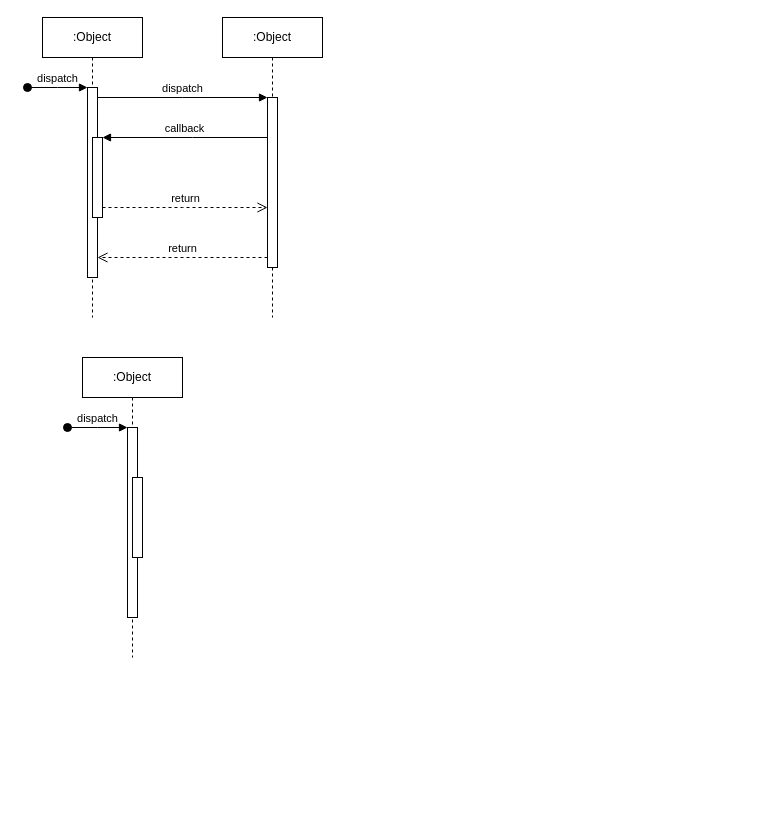
Before: gpms.drawio in GreatArchimage/draw-io-diagrams, a draw.io diagram. Source tidied: cells renumbered, new cells numbered last; positions are measured from the earlier drawing's top-left corner, leaving out a move shared by most shapes. Both pictures are drawn from the tidied source at 100%, with x=0, y=0 at pixel (27, 17).
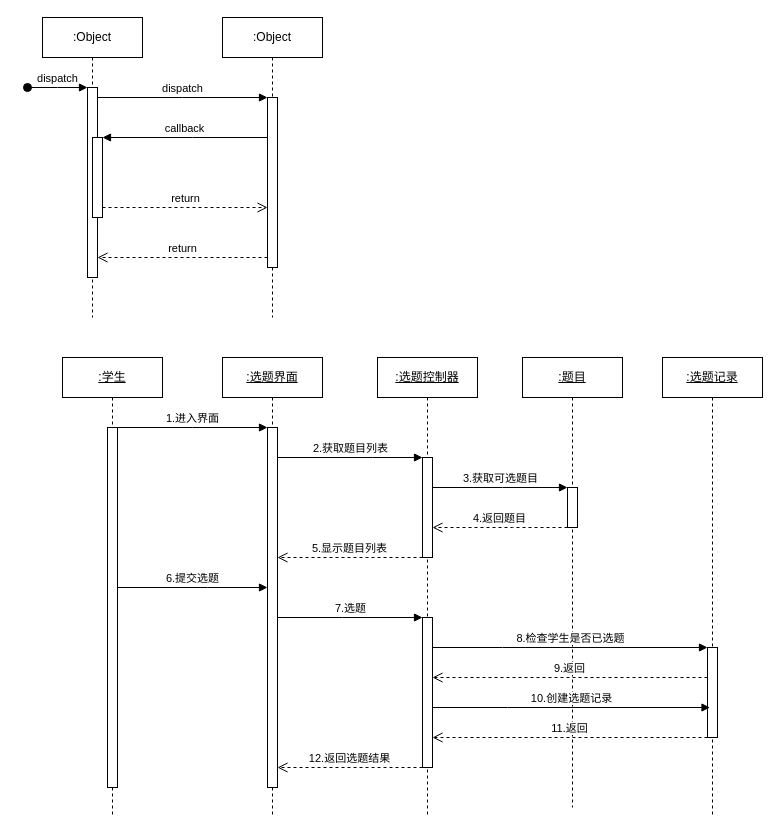
After the change.

The edit, as a diff of the source:
```diff
@@
-    <mxCell id="12" value=":Object" style="shape=umlLifeline;perimeter=lifelinePerimeter;whiteSpace=wrap;html=1;newEdgeStyle={&quot;edgeStyle&quot;:&quot;elbowEdgeStyle&quot;,&quot;elbow&quot;:&quot;vertical&quot;,&quot;curved&quot;:0,&quot;rounded&quot;:0};" parent="1" vertex="1">
-      <mxGeometry x="55" y="340" width="100" height="300" as="geometry" />
+    <mxCell id="12" value="&lt;u&gt;:学生&lt;/u&gt;" style="shape=umlLifeline;perimeter=lifelinePerimeter;whiteSpace=wrap;html=1;newEdgeStyle={&quot;edgeStyle&quot;:&quot;elbowEdgeStyle&quot;,&quot;elbow&quot;:&quot;vertical&quot;,&quot;curved&quot;:0,&quot;rounded&quot;:0};" parent="1" vertex="1">
+      <mxGeometry x="35" y="340" width="100" height="460" as="geometry" />
     </mxCell>
     <mxCell id="13" style="html=1;points=[];perimeter=orthogonalPerimeter;outlineConnect=0;targetShapes=umlLifeline;portConstraint=eastwest;newEdgeStyle={&quot;edgeStyle&quot;:&quot;elbowEdgeStyle&quot;,&quot;elbow&quot;:&quot;vertical&quot;,&quot;curved&quot;:0,&quot;rounded&quot;:0};" parent="12" vertex="1">
-      <mxGeometry x="45" y="70" width="10" height="190" as="geometry" />
+      <mxGeometry x="45" y="70" width="10" height="360" as="geometry" />
     </mxCell>
-    <mxCell id="14" value="dispatch" style="html=1;verticalAlign=bottom;startArrow=oval;endArrow=block;startSize=8;edgeStyle=elbowEdgeStyle;elbow=vertical;curved=0;rounded=0;" parent="12" edge="1" target="13">
-      <mxGeometry relative="1" as="geometry">
-        <mxPoint x="-15" y="70" as="sourcePoint" />
-      </mxGeometry>
-    </mxCell>
-    <mxCell id="15" style="html=1;perimeter=orthogonalPerimeter;targetShapes=umlLifeline;newEdgeStyle={&quot;edgeStyle&quot;:&quot;elbowEdgeStyle&quot;,&quot;elbow&quot;:&quot;vertical&quot;,&quot;curved&quot;:0,&quot;rounded&quot;:0};" parent="12" vertex="1">
-      <mxGeometry x="50" y="120" width="10" height="80" as="geometry" />
-    </mxCell>
+    <mxCell id="16" value="&lt;u&gt;:选题界面&lt;/u&gt;" style="shape=umlLifeline;perimeter=lifelinePerimeter;whiteSpace=wrap;html=1;newEdgeStyle={&quot;edgeStyle&quot;:&quot;elbowEdgeStyle&quot;,&quot;elbow&quot;:&quot;vertical&quot;,&quot;curved&quot;:0,&quot;rounded&quot;:0};" parent="1" vertex="1">
+      <mxGeometry x="195" y="340" width="100" height="460" as="geometry" />
+    </mxCell>
+    <mxCell id="17" style="html=1;points=[];perimeter=orthogonalPerimeter;outlineConnect=0;targetShapes=umlLifeline;portConstraint=eastwest;newEdgeStyle={&quot;edgeStyle&quot;:&quot;elbowEdgeStyle&quot;,&quot;elbow&quot;:&quot;vertical&quot;,&quot;curved&quot;:0,&quot;rounded&quot;:0};" parent="16" vertex="1">
+      <mxGeometry x="45" y="70" width="10" height="360" as="geometry" />
+    </mxCell>
+    <mxCell id="18" value="&lt;u&gt;:选题控制器&lt;/u&gt;" style="shape=umlLifeline;perimeter=lifelinePerimeter;whiteSpace=wrap;html=1;newEdgeStyle={&quot;edgeStyle&quot;:&quot;elbowEdgeStyle&quot;,&quot;elbow&quot;:&quot;vertical&quot;,&quot;curved&quot;:0,&quot;rounded&quot;:0};" parent="1" vertex="1">
+      <mxGeometry x="350" y="340" width="100" height="460" as="geometry" />
+    </mxCell>
+    <mxCell id="19" style="html=1;points=[];perimeter=orthogonalPerimeter;outlineConnect=0;targetShapes=umlLifeline;portConstraint=eastwest;newEdgeStyle={&quot;edgeStyle&quot;:&quot;elbowEdgeStyle&quot;,&quot;elbow&quot;:&quot;vertical&quot;,&quot;curved&quot;:0,&quot;rounded&quot;:0};" parent="18" vertex="1">
+      <mxGeometry x="45" y="100" width="10" height="100" as="geometry" />
+    </mxCell>
+    <mxCell id="20" style="html=1;points=[[0,0,0,0,5],[0,1,0,0,-5],[1,0,0,0,5],[1,1,0,0,-5]];perimeter=orthogonalPerimeter;outlineConnect=0;targetShapes=umlLifeline;portConstraint=eastwest;newEdgeStyle={&quot;curved&quot;:0,&quot;rounded&quot;:0};" parent="18" vertex="1">
+      <mxGeometry x="45" y="260" width="10" height="150" as="geometry" />
+    </mxCell>
+    <mxCell id="21" value="&lt;u&gt;:题目&lt;/u&gt;" style="shape=umlLifeline;perimeter=lifelinePerimeter;whiteSpace=wrap;html=1;newEdgeStyle={&quot;edgeStyle&quot;:&quot;elbowEdgeStyle&quot;,&quot;elbow&quot;:&quot;vertical&quot;,&quot;curved&quot;:0,&quot;rounded&quot;:0};" parent="1" vertex="1">
+      <mxGeometry x="495" y="340" width="100" height="450" as="geometry" />
+    </mxCell>
+    <mxCell id="22" style="html=1;points=[];perimeter=orthogonalPerimeter;outlineConnect=0;targetShapes=umlLifeline;portConstraint=eastwest;newEdgeStyle={&quot;edgeStyle&quot;:&quot;elbowEdgeStyle&quot;,&quot;elbow&quot;:&quot;vertical&quot;,&quot;curved&quot;:0,&quot;rounded&quot;:0};" parent="21" vertex="1">
+      <mxGeometry x="45" y="130" width="10" height="40" as="geometry" />
+    </mxCell>
+    <mxCell id="23" value="1.进入界面" style="html=1;verticalAlign=bottom;endArrow=block;edgeStyle=elbowEdgeStyle;elbow=horizontal;curved=0;rounded=0;" parent="1" edge="1" source="13" target="17">
+      <mxGeometry relative="1" as="geometry">
+        <Array as="points">
+          <mxPoint x="165" y="410" />
+        </Array>
+      </mxGeometry>
+    </mxCell>
+    <mxCell id="24" value="2.获取题目列表" style="html=1;verticalAlign=bottom;endArrow=block;edgeStyle=elbowEdgeStyle;elbow=vertical;curved=0;rounded=0;" parent="1" edge="1" source="17" target="19">
+      <mxGeometry x="0.01" relative="1" as="geometry">
+        <Array as="points">
+          <mxPoint x="345" y="440" />
+        </Array>
+      </mxGeometry>
+    </mxCell>
+    <mxCell id="25" value="5.显示题目列表" style="html=1;verticalAlign=bottom;endArrow=open;dashed=1;endSize=8;edgeStyle=elbowEdgeStyle;elbow=vertical;curved=0;rounded=0;" parent="1" edge="1" source="19" target="17">
+      <mxGeometry relative="1" as="geometry">
+        <Array as="points">
+          <mxPoint x="335" y="540" />
+        </Array>
+      </mxGeometry>
+    </mxCell>
+    <mxCell id="26" value="6.提交选题" style="html=1;verticalAlign=bottom;endArrow=block;edgeStyle=elbowEdgeStyle;elbow=horizontal;curved=0;rounded=0;" parent="1" edge="1" source="13" target="17">
+      <mxGeometry relative="1" as="geometry">
+        <Array as="points">
+          <mxPoint x="180" y="570" />
+        </Array>
+      </mxGeometry>
+    </mxCell>
+    <mxCell id="27" value="&lt;u&gt;:选题记录&lt;/u&gt;" style="shape=umlLifeline;perimeter=lifelinePerimeter;whiteSpace=wrap;html=1;newEdgeStyle={&quot;edgeStyle&quot;:&quot;elbowEdgeStyle&quot;,&quot;elbow&quot;:&quot;vertical&quot;,&quot;curved&quot;:0,&quot;rounded&quot;:0};" parent="1" vertex="1">
+      <mxGeometry x="635" y="340" width="100" height="460" as="geometry" />
+    </mxCell>
+    <mxCell id="28" style="html=1;points=[];perimeter=orthogonalPerimeter;outlineConnect=0;targetShapes=umlLifeline;portConstraint=eastwest;newEdgeStyle={&quot;edgeStyle&quot;:&quot;elbowEdgeStyle&quot;,&quot;elbow&quot;:&quot;vertical&quot;,&quot;curved&quot;:0,&quot;rounded&quot;:0};" parent="27" vertex="1">
+      <mxGeometry x="45" y="290" width="10" height="90" as="geometry" />
+    </mxCell>
+    <mxCell id="29" value="3.获取可选题目" style="html=1;verticalAlign=bottom;endArrow=block;edgeStyle=elbowEdgeStyle;elbow=vertical;curved=0;rounded=0;" parent="1" edge="1" source="19" target="22">
+      <mxGeometry x="0.01" relative="1" as="geometry">
+        <Array as="points">
+          <mxPoint x="475" y="470" />
+        </Array>
+      </mxGeometry>
+    </mxCell>
+    <mxCell id="30" value="4.返回题目" style="html=1;verticalAlign=bottom;endArrow=open;dashed=1;endSize=8;edgeStyle=elbowEdgeStyle;elbow=vertical;curved=0;rounded=0;" parent="1" edge="1" source="22" target="19">
+      <mxGeometry relative="1" as="geometry">
+        <Array as="points">
+          <mxPoint x="485" y="510" />
+        </Array>
+      </mxGeometry>
+    </mxCell>
+    <mxCell id="31" value="7.选题" style="html=1;verticalAlign=bottom;endArrow=block;edgeStyle=elbowEdgeStyle;elbow=horizontal;curved=0;rounded=0;" parent="1" edge="1" source="17" target="20">
+      <mxGeometry relative="1" as="geometry">
+        <Array as="points">
+          <mxPoint x="315" y="600" />
+        </Array>
+      </mxGeometry>
+    </mxCell>
+    <mxCell id="32" value="8.检查学生是否已选题" style="html=1;verticalAlign=bottom;endArrow=block;edgeStyle=elbowEdgeStyle;elbow=horizontal;curved=0;rounded=0;" parent="1" edge="1" source="20" target="28">
+      <mxGeometry relative="1" as="geometry">
+        <Array as="points">
+          <mxPoint x="475" y="630" />
+        </Array>
+      </mxGeometry>
+    </mxCell>
+    <mxCell id="33" value="9.返回" style="html=1;verticalAlign=bottom;endArrow=open;dashed=1;endSize=8;edgeStyle=elbowEdgeStyle;elbow=vertical;curved=0;rounded=0;" parent="1" edge="1" source="28" target="20">
+      <mxGeometry relative="1" as="geometry">
+        <Array as="points">
+          <mxPoint x="557.5" y="660" />
+        </Array>
+      </mxGeometry>
+    </mxCell>
+    <mxCell id="34" value="10.创建选题记录" style="html=1;verticalAlign=bottom;endArrow=block;edgeStyle=elbowEdgeStyle;elbow=horizontal;curved=0;rounded=0;" parent="1" edge="1" source="20">
+      <mxGeometry relative="1" as="geometry">
+        <mxPoint x="682.5" y="690" as="targetPoint" />
+        <Array as="points">
+          <mxPoint x="480" y="690" />
+        </Array>
+      </mxGeometry>
+    </mxCell>
+    <mxCell id="35" value="11.返回" style="html=1;verticalAlign=bottom;endArrow=open;dashed=1;endSize=8;edgeStyle=elbowEdgeStyle;elbow=vertical;curved=0;rounded=0;" parent="1" edge="1" source="28" target="20">
+      <mxGeometry relative="1" as="geometry">
+        <Array as="points">
+          <mxPoint x="560" y="720" />
+        </Array>
+      </mxGeometry>
+    </mxCell>
+    <mxCell id="36" value="12.返回选题结果" style="html=1;verticalAlign=bottom;endArrow=open;dashed=1;endSize=8;edgeStyle=elbowEdgeStyle;elbow=vertical;curved=0;rounded=0;" parent="1" edge="1" source="20" target="17">
+      <mxGeometry relative="1" as="geometry">
+        <Array as="points">
+          <mxPoint x="335" y="750" />
+        </Array>
+      </mxGeometry>
+    </mxCell>
```
